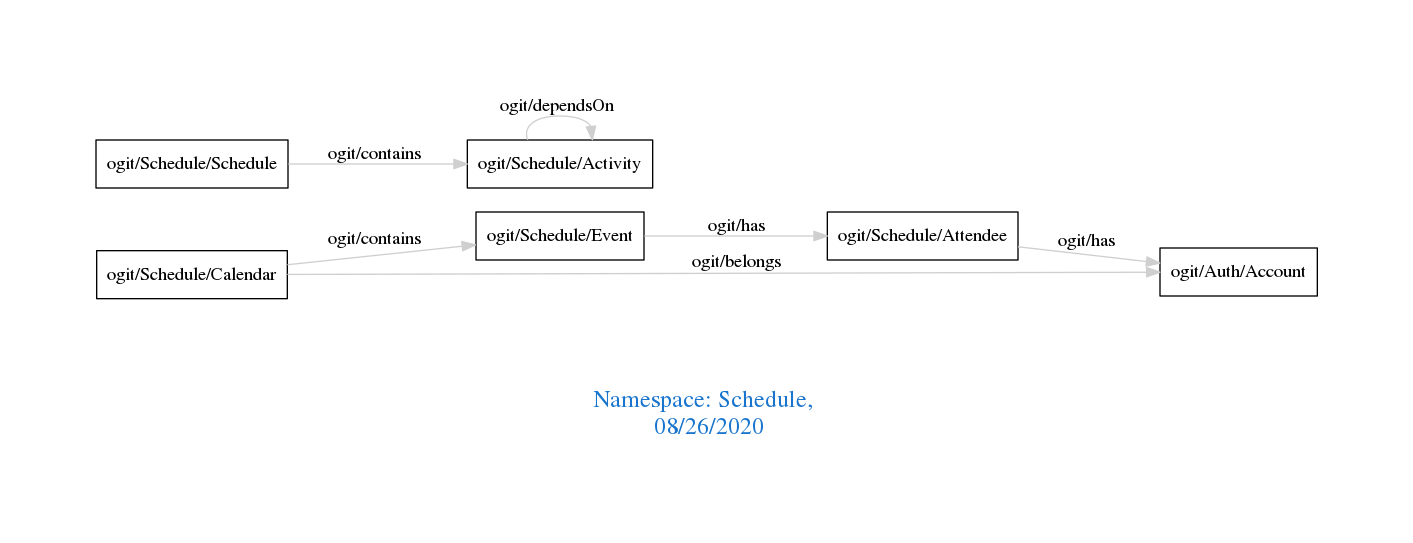
The Graphviz diagram downloads/Schedule.png in arago/OGIT, before a commit. Its source is kept beside it as downloads/Schedule.dot.
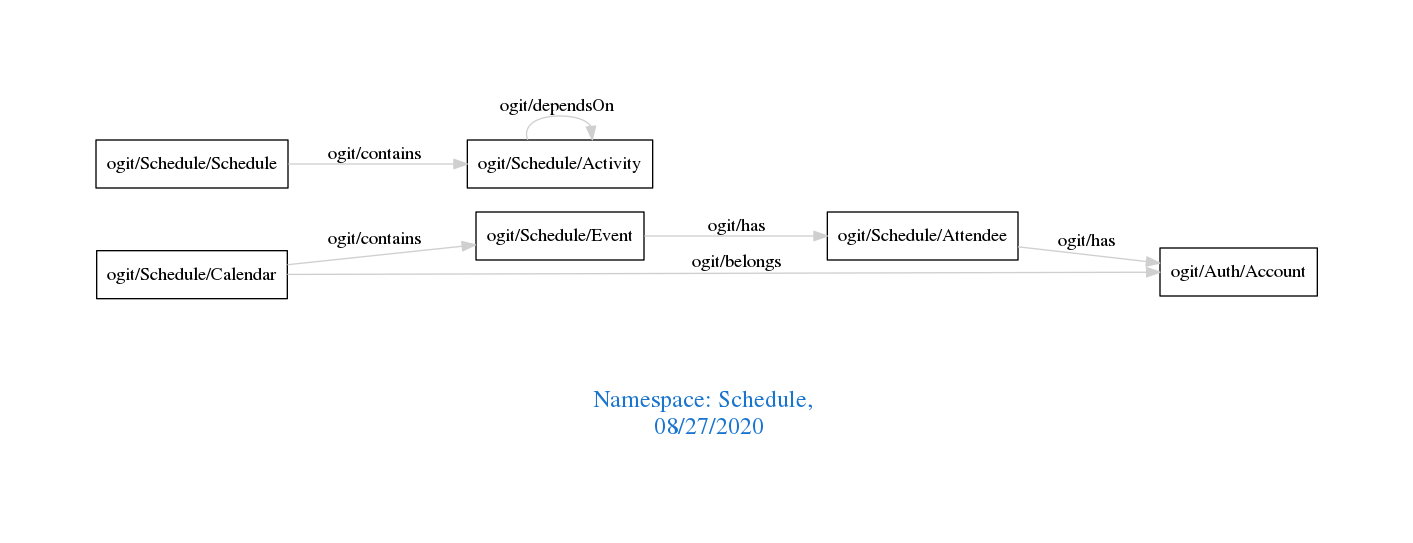
After the commit.

The edit, as a diff of the source:
```diff
@@ -1,7 +1,7 @@
 digraph OGIT_ontology {
  graph [ rankdir= LR,pad=1
 fontsize = 18,
-fontcolor= dodgerblue3,label = "\n\n\nNamespace: Schedule, \n 08/26/2020"];
+fontcolor= dodgerblue3,label = "\n\n\nNamespace: Schedule, \n 08/27/2020"];
 node[shape=polygon];
 edge [  color="gray81"];
 
```
